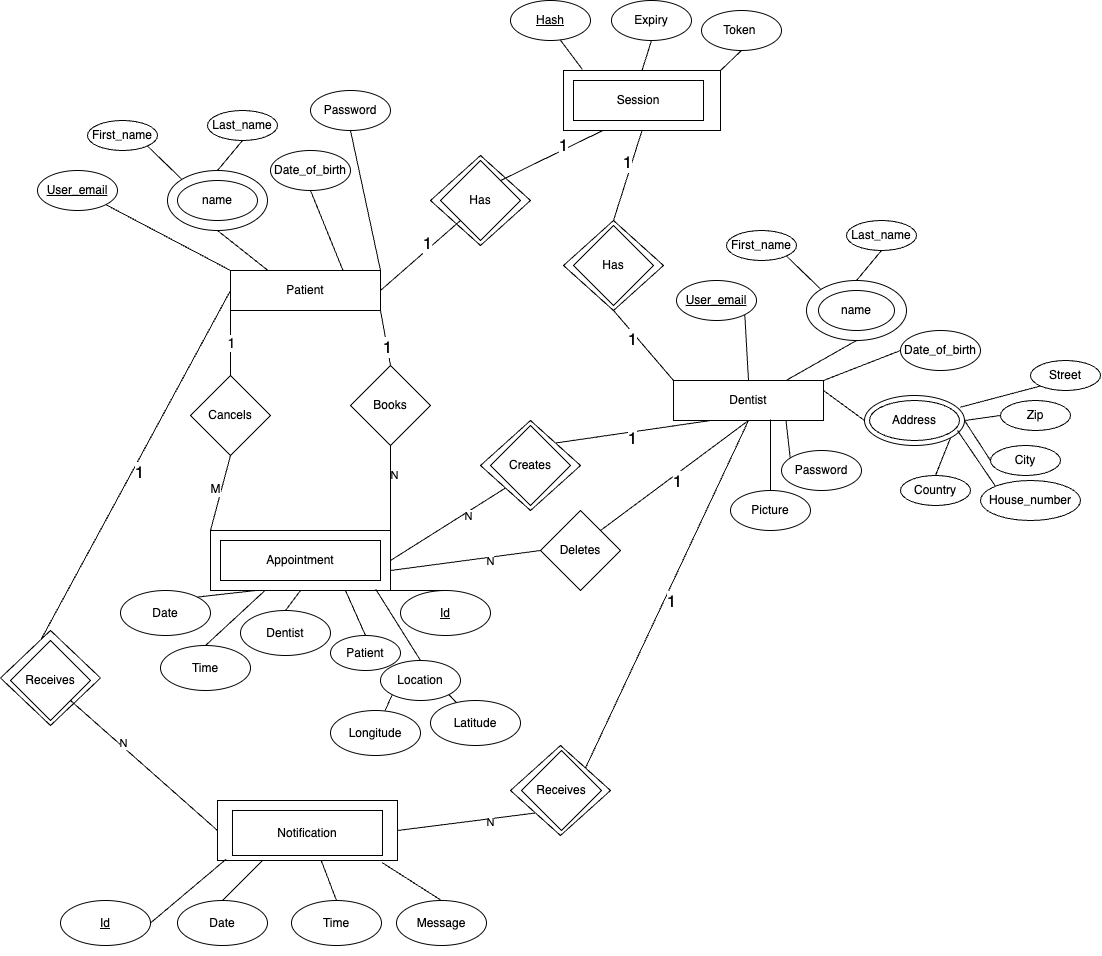
michalspano/AppointDent keeps this draw.io diagram as docs/assets/ERdiagram.png. Above is the earlier version. Source tidied: cells renumbered, new cells last; positions are measured from the earlier drawing's top-left corner, leaving out a move shared by most shapes.
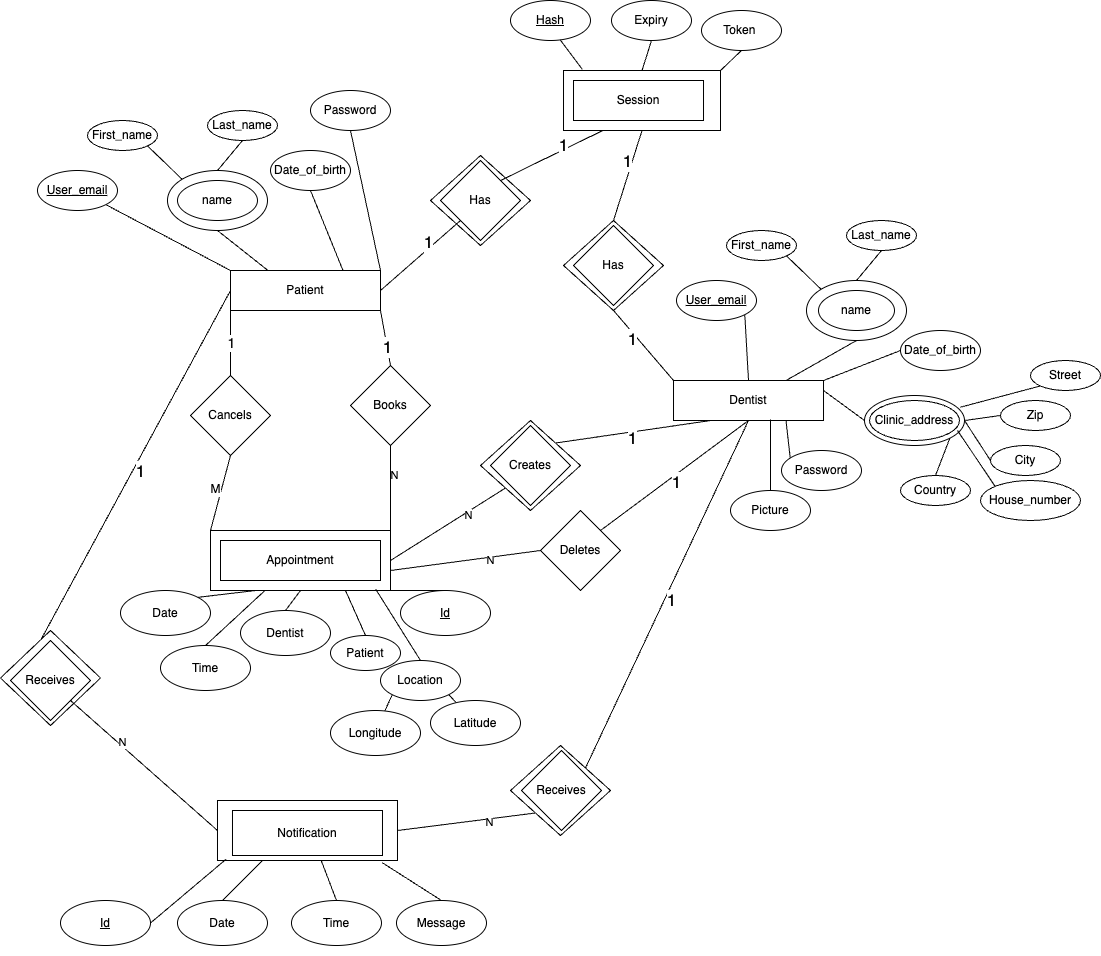
The same diagram one commit later.

Change to the diagram source:
```diff
@@ -173,7 +173,7 @@
     <mxCell id="56" style="endArrow=none;html=1;rounded=0;entryX=0;entryY=0.5;entryDx=0;entryDy=0;exitX=1;exitY=0.25;exitDx=0;exitDy=0;" parent="1" edge="1" source="40" target="55">
       <mxGeometry relative="1" as="geometry" />
     </mxCell>
-    <mxCell id="57" value="Address" style="ellipse;whiteSpace=wrap;html=1;" parent="1" vertex="1">
+    <mxCell id="57" value="Clinic_address" style="ellipse;whiteSpace=wrap;html=1;" parent="1" vertex="1">
       <mxGeometry x="869" y="400" width="90" height="40" as="geometry" />
     </mxCell>
     <mxCell id="58" value="Street" style="ellipse;whiteSpace=wrap;html=1;" parent="1" vertex="1">
```
